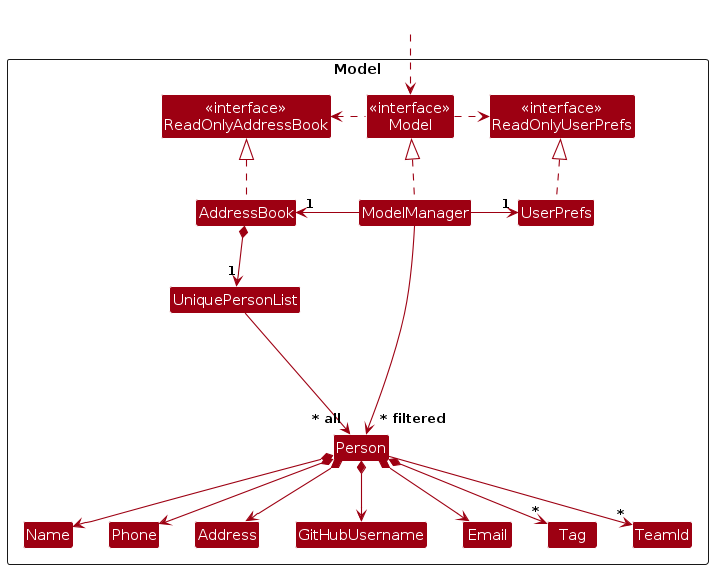
Before: diagrams/ModelClassDiagram.png, a diagram exported from PlantUML (AY2526S1-CS2103-F12-1/tp). Its source is kept beside it as diagrams/ModelClassDiagram.puml.
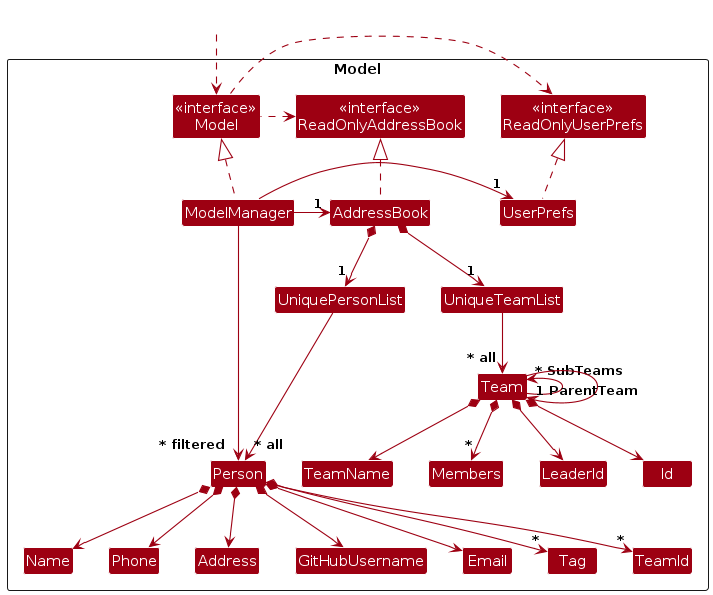
Later version of the same file.

Diff of the diagram source:
```diff
@@ -13,6 +13,12 @@
 Class UserPrefs
 
 Class UniquePersonList
+Class UniqueTeamList
+Class Team
+Class TeamName
+Class Members
+Class LeaderId
+Class Id
 Class Person
 Class Address
 Class Email
@@ -38,6 +44,8 @@
 UserPrefs .up.|> ReadOnlyUserPrefs
 
 AddressBook *--> "1" UniquePersonList
+AddressBook *--> "1" UniqueTeamList
+
 UniquePersonList --> "~* all" Person
 Person *--> Name
 Person *--> Phone
@@ -46,6 +54,15 @@
 Person *--> GitHubUsername
 Person *--> "*" Tag
 Person --> "*" TeamId
+
+UniqueTeamList --> "~* all" Team
+Team *--> Id
+Team *--> TeamName
+Team *--> LeaderId
+Team *--> "*" Members
+Team -up-> "~* SubTeams" Team
+Team -right-> "1 ParentTeam" Team
+
 
 Person -[hidden]up--> I
 UniquePersonList -[hidden]right-> I
```
